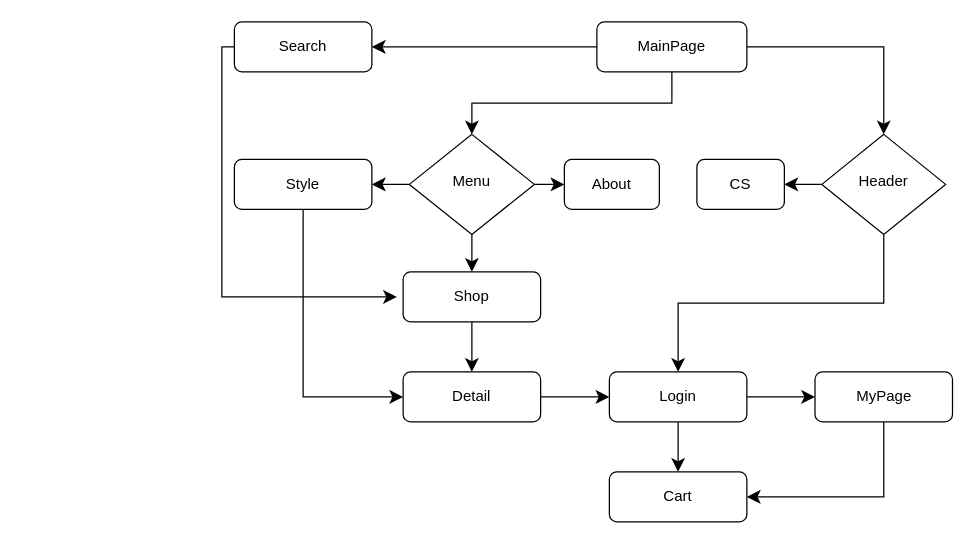
Above: PageMoveMap.drawio in JustinChoiHokyeong/4madUML (draw.io), before the change. Source tidied: cells renumbered, new cells numbered last; positions are measured from the earlier drawing's top-left corner, leaving out a move shared by most shapes. Both pictures are drawn from the tidied source at 125%, with x=0, y=0 at pixel (221, 21).
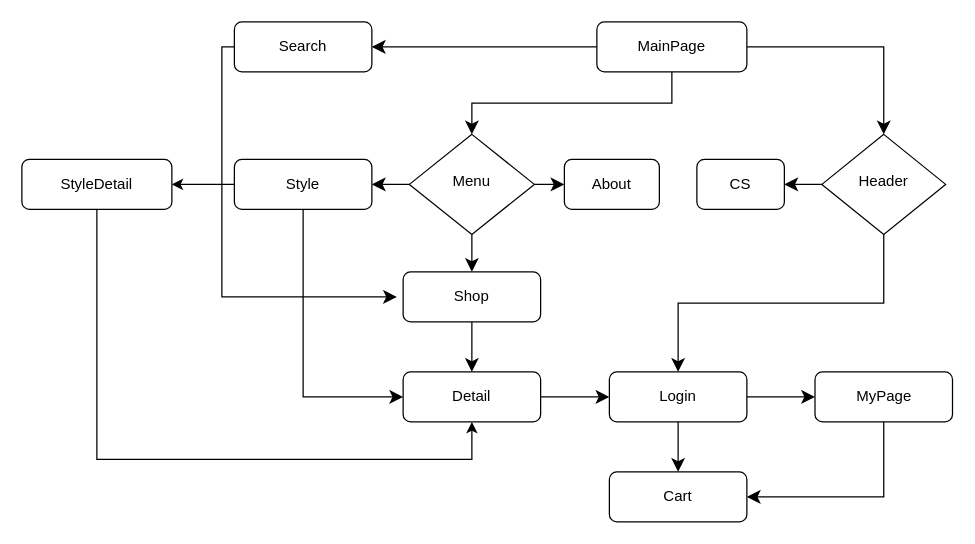
After the change.

The change refers to these unchanged cells:
```xml
<mxCell id="8" value="Style" style="rounded=1;whiteSpace=wrap;html=1;fontSize=12;glass=0;strokeWidth=1;shadow=0;" parent="1" vertex="1">
  <mxGeometry x="10" y="110" width="110" height="40" as="geometry" />
</mxCell>
<mxCell id="10" value="Detail" style="rounded=1;whiteSpace=wrap;html=1;fontSize=12;glass=0;strokeWidth=1;shadow=0;" parent="1" vertex="1">
  <mxGeometry x="145" y="280" width="110" height="40" as="geometry" />
</mxCell>
```

Diff of the diagram source:
```diff
@@
+    <mxCell id="29" style="edgeStyle=orthogonalEdgeStyle;rounded=0;jettySize=auto;html=1;" parent="1" edge="1" source="8" target="30">
+      <mxGeometry relative="1" as="geometry" />
+    </mxCell>
@@
+    <mxCell id="30" value="StyleDetail" style="whiteSpace=wrap;html=1;rounded=1;glass=0;strokeWidth=1;shadow=0;" parent="1" vertex="1">
+      <mxGeometry x="-160" y="110" width="120" height="40" as="geometry" />
+    </mxCell>
+    <mxCell id="31" style="endArrow=classic;html=1;rounded=0;exitX=0.5;exitY=1;exitDx=0;exitDy=0;entryX=0.5;entryY=1;entryDx=0;entryDy=0;edgeStyle=orthogonalEdgeStyle;" parent="1" edge="1" source="30" target="10">
+      <mxGeometry relative="1" as="geometry">
+        <Array as="points">
+          <mxPoint x="-100" y="350" />
+          <mxPoint x="200" y="350" />
+        </Array>
+      </mxGeometry>
+    </mxCell>
```
